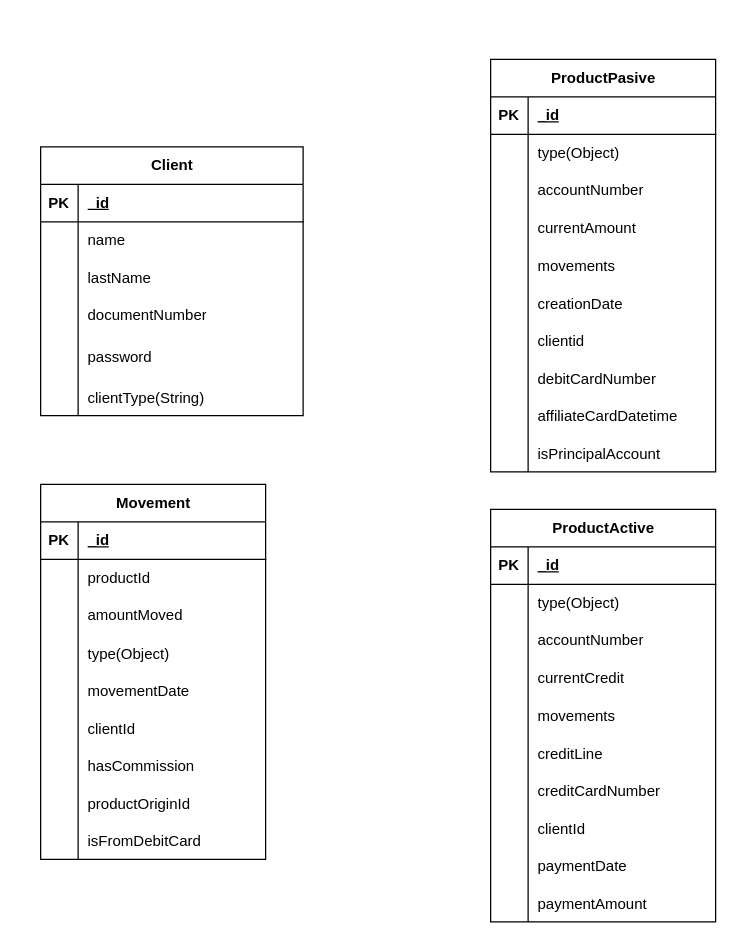
This is Diagrama de base de datos.drawio from Bootcamp49/Diagrams, a draw.io file, before an edit. Source tidied: cells renumbered, new cells numbered last; positions are measured from the earlier drawing's top-left corner, leaving out a move shared by most shapes. Both pictures are drawn from the tidied source at 125%, with x=0, y=0 at pixel (40, 59).
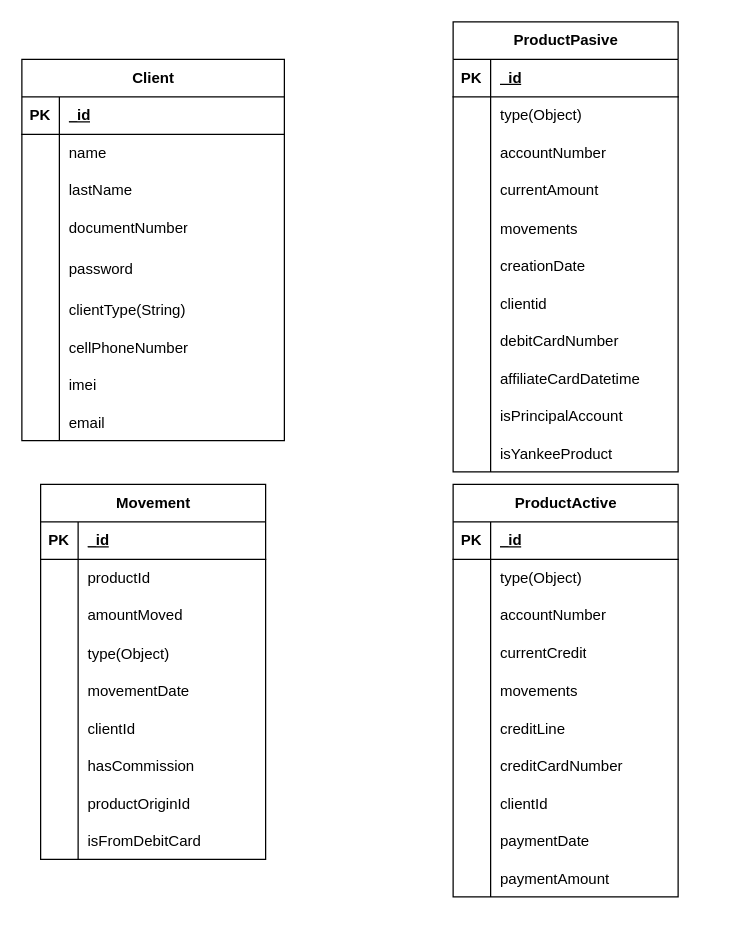
The same diagram, later.

Commit message (it also covers changes not shown here):
Updated database diagram and arquitecture

The edit, as a diff of the source:
```diff
@@
     <mxCell id="2" value="ProductPasive" style="shape=table;startSize=30;childLayout=tableLayout;rowLines=0;fontStyle=1;align=center;html=1;" parent="1" vertex="1">
-      <mxGeometry x="360" width="180" height="330" as="geometry" />
+      <mxGeometry x="330" y="-30" width="180" height="360" as="geometry" />
     </mxCell>
@@
+    <mxCell id="111" style="shape=tableRow;horizontal=0;startSize=0;swimlaneHead=0;swimlaneBody=0;fillColor=none;top=0;left=0;right=0;bottom=0;" parent="2" vertex="1">
+      <mxGeometry y="330" width="180" height="30" as="geometry" />
+    </mxCell>
+    <mxCell id="112" style="shape=partialRectangle;fillColor=none;top=0;left=0;bottom=0;right=0;overflow=hidden;" parent="111" vertex="1">
+      <mxGeometry width="30" height="30" as="geometry" />
+    </mxCell>
+    <mxCell id="113" value="isYankeeProduct" style="shape=partialRectangle;fillColor=none;top=0;left=0;bottom=0;right=0;align=left;spacingLeft=6;overflow=hidden;" parent="111" vertex="1">
+      <mxGeometry x="30" width="150" height="30" as="geometry" />
+    </mxCell>
     <mxCell id="33" value="ProductActive" style="shape=table;startSize=30;childLayout=tableLayout;rowLines=0;fontStyle=1;align=center;html=1;" parent="1" vertex="1">
-      <mxGeometry x="360" y="360" width="180" height="330" as="geometry" />
+      <mxGeometry x="330" y="340" width="180" height="330" as="geometry" />
     </mxCell>
@@
     <mxCell id="64" value="Client" style="shape=table;startSize=30;childLayout=tableLayout;rowLines=0;fontStyle=1;align=center;html=1;" parent="1" vertex="1">
-      <mxGeometry y="70" width="210" height="215" as="geometry" />
+      <mxGeometry x="-15" width="210" height="305" as="geometry" />
     </mxCell>
@@
+    <mxCell id="114" style="shape=tableRow;horizontal=0;startSize=0;swimlaneHead=0;swimlaneBody=0;fillColor=none;top=0;left=0;right=0;bottom=0;" parent="64" vertex="1">
+      <mxGeometry y="215" width="210" height="30" as="geometry" />
+    </mxCell>
+    <mxCell id="115" style="shape=partialRectangle;fillColor=none;top=0;left=0;bottom=0;right=0;overflow=hidden;" parent="114" vertex="1">
+      <mxGeometry width="30" height="30" as="geometry" />
+    </mxCell>
+    <mxCell id="116" value="cellPhoneNumber" style="shape=partialRectangle;fillColor=none;top=0;left=0;bottom=0;right=0;align=left;spacingLeft=6;overflow=hidden;" parent="114" vertex="1">
+      <mxGeometry x="30" width="180" height="30" as="geometry" />
+    </mxCell>
+    <mxCell id="117" style="shape=tableRow;horizontal=0;startSize=0;swimlaneHead=0;swimlaneBody=0;fillColor=none;top=0;left=0;right=0;bottom=0;" parent="64" vertex="1">
+      <mxGeometry y="245" width="210" height="30" as="geometry" />
+    </mxCell>
+    <mxCell id="118" style="shape=partialRectangle;fillColor=none;top=0;left=0;bottom=0;right=0;overflow=hidden;" parent="117" vertex="1">
+      <mxGeometry width="30" height="30" as="geometry" />
+    </mxCell>
+    <mxCell id="119" value="imei" style="shape=partialRectangle;fillColor=none;top=0;left=0;bottom=0;right=0;align=left;spacingLeft=6;overflow=hidden;" parent="117" vertex="1">
+      <mxGeometry x="30" width="180" height="30" as="geometry" />
+    </mxCell>
+    <mxCell id="120" style="shape=tableRow;horizontal=0;startSize=0;swimlaneHead=0;swimlaneBody=0;fillColor=none;top=0;left=0;right=0;bottom=0;" parent="64" vertex="1">
+      <mxGeometry y="275" width="210" height="30" as="geometry" />
+    </mxCell>
+    <mxCell id="121" style="shape=partialRectangle;fillColor=none;top=0;left=0;bottom=0;right=0;overflow=hidden;" parent="120" vertex="1">
+      <mxGeometry width="30" height="30" as="geometry" />
+    </mxCell>
+    <mxCell id="122" value="email" style="shape=partialRectangle;fillColor=none;top=0;left=0;bottom=0;right=0;align=left;spacingLeft=6;overflow=hidden;" parent="120" vertex="1">
+      <mxGeometry x="30" width="180" height="30" as="geometry" />
+    </mxCell>
```
